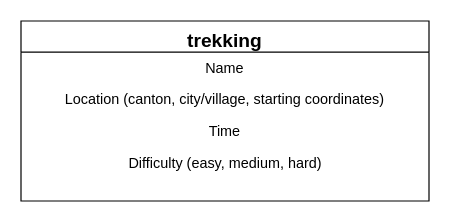
Earlier version of the draw.io diagram Diagramme sans nom.drawio (Fabio-Zampetti/trekkapp). Source tidied: cells renumbered, new cells numbered last; positions are measured from the earlier drawing's top-left corner, leaving out a move shared by most shapes. Both pictures are drawn from the tidied source at 120%, with x=0, y=0 at pixel (20, 20).
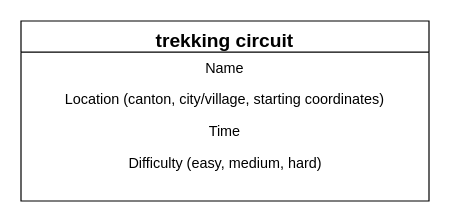
Above is the later version.

Commit message:
Mettre à jour Diagramme sans nom.drawio

What changed in the source:
```diff
@@
 <mxGraphModel>
   <root>
     <mxCell id="0" />
     <mxCell id="1" parent="0" />
-    <mxCell id="2" value="trekking" style="swimlane;fontStyle=1;align=center;verticalAlign=top;horizontal=1;startSize=26;rounded=0;shadow=0;strokeWidth=1;fontSize=16;" parent="1" vertex="1">
+    <mxCell id="2" value="trekking circuit&#10;" style="swimlane;fontStyle=1;align=center;verticalAlign=top;horizontal=1;startSize=26;rounded=0;shadow=0;strokeWidth=1;fontSize=16;" parent="1" vertex="1">
       <mxGeometry width="340" height="150" as="geometry" />
     </mxCell>
     <mxCell id="3" value="Name" style="text;align=center;verticalAlign=top;spacingLeft=4;spacingRight=4;overflow=hidden;" parent="2" vertex="1">
       <mxGeometry y="26" width="340" height="26" as="geometry" />
     </mxCell>
     <mxCell id="4" value="Location (canton, city/village, starting coordinates)&#10;" style="text;align=center;verticalAlign=top;spacingLeft=4;spacingRight=4;overflow=hidden;rounded=0;shadow=0;html=0;" parent="2" vertex="1">
       <mxGeometry y="52" width="340" height="26" as="geometry" />
     </mxCell>
     <mxCell id="5" value="Time" style="text;align=center;verticalAlign=top;spacingLeft=4;spacingRight=4;overflow=hidden;rounded=0;shadow=0;html=0;" parent="2" vertex="1">
       <mxGeometry y="78" width="340" height="26" as="geometry" />
     </mxCell>
     <mxCell id="6" value="&lt;div&gt;Difficulty (easy, medium, hard)&lt;/div&gt;" style="text;html=1;align=center;verticalAlign=middle;strokeColor=none;fillColor=none;" parent="2" vertex="1">
       <mxGeometry y="104" width="340" height="30" as="geometry" />
     </mxCell>
   </root>
 </mxGraphModel>
```
